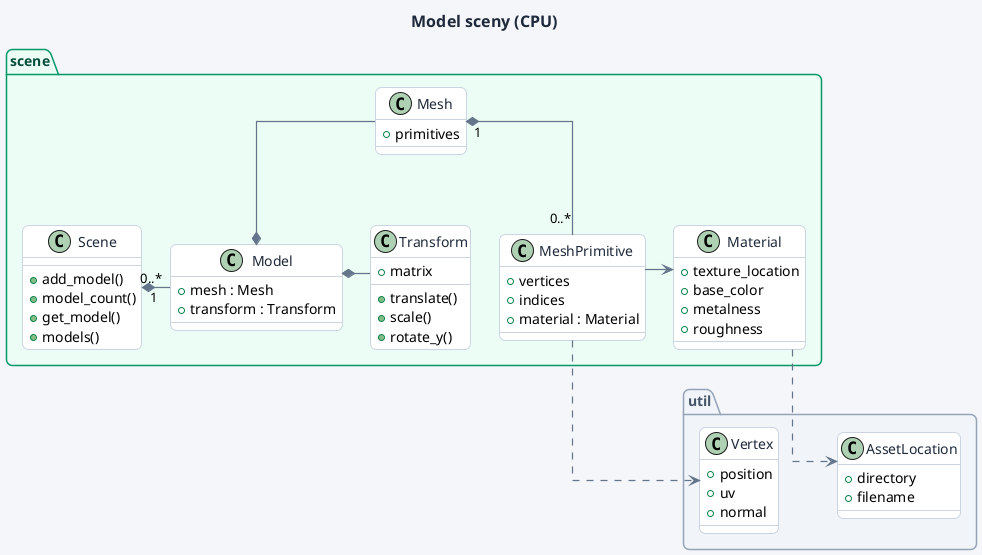
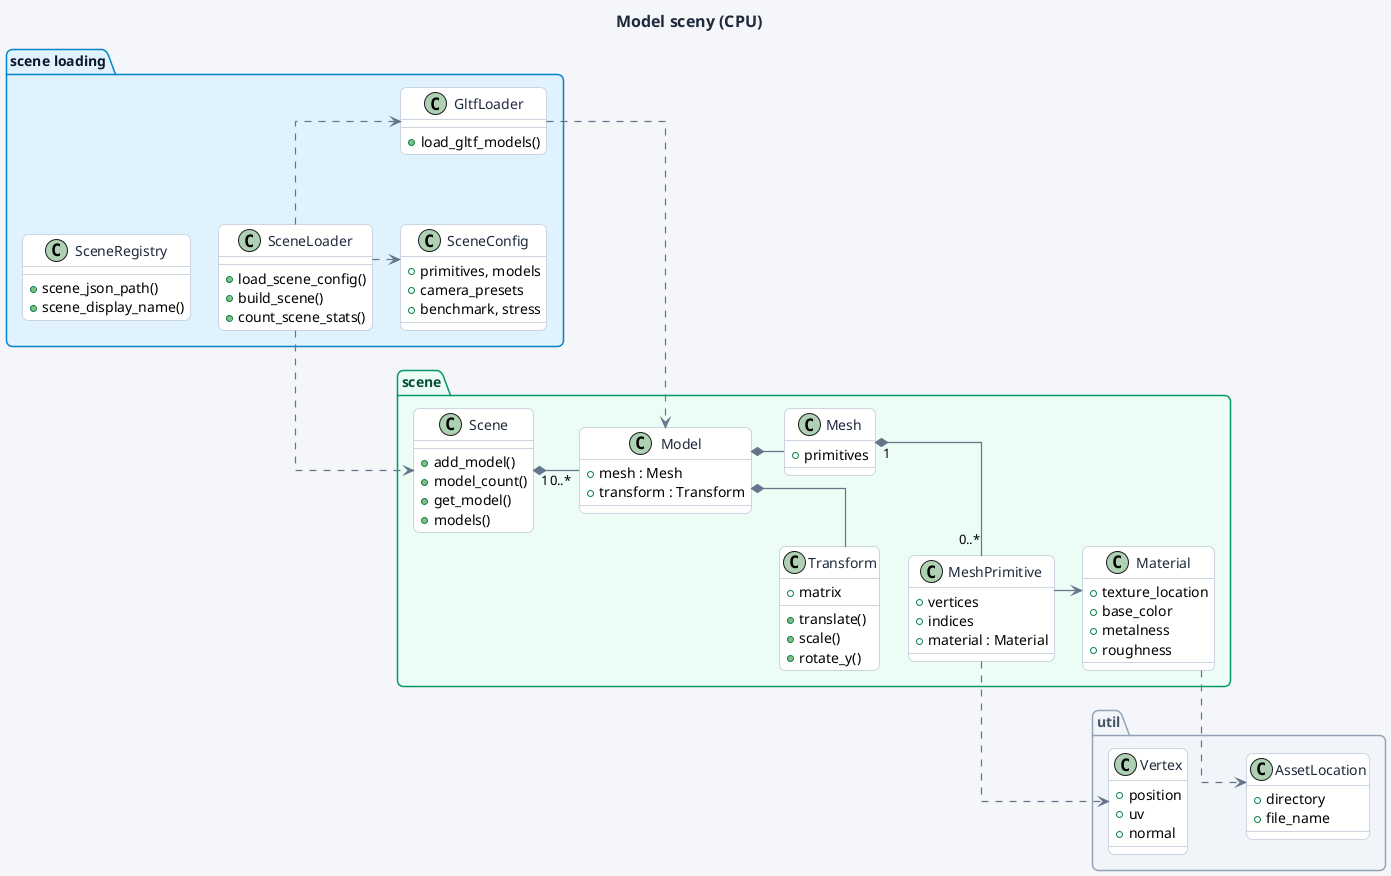
@startuml 03_scene_cpu
' Generate: plantuml -tsvg -tpng -o architecture/out architecture/diagrams/03_scene_cpu.puml

left to right direction
skinparam linetype ortho

skinparam shadowing false
skinparam roundcorner 12
skinparam handwritten false
skinparam backgroundColor #F4F6F9
skinparam ArrowColor #64748B
skinparam ArrowThickness 1.2
skinparam nodesep 70
skinparam ranksep 28

skinparam class {
  BackgroundColor #FFFFFF
  BorderColor #CBD5E1
  FontColor #1E293B
  BorderThickness 1
}

skinparam package {
  BackgroundColor #ECFDF5
  BorderColor #059669
  FontColor #064E3B
  FontStyle bold
  BorderThickness 1.5
}

skinparam title {
  FontColor #1E293B
  FontSize 16
  FontStyle bold
}

title Model sceny (CPU)
+ 
+ package "scene loading" #E0F2FE;line:0284C7;text:0F172A {
+ 
+   class SceneRegistry {
+     + scene_json_path()
+     + scene_display_name()
+   }
+ 
+   class SceneLoader {
+     + load_scene_config()
+     + build_scene()
+     + count_scene_stats()
+   }
+ 
+   class SceneConfig {
+     + primitives, models
+     + camera_presets
+     + benchmark, stress
+   }
+ 
+   class GltfLoader {
+     + load_gltf_models()
+   }
+ 
+   SceneRegistry -[hidden]down- SceneLoader
+   SceneLoader -[hidden]down- SceneConfig
+ }

package scene #ECFDF5;line:059669;text:064E3B {

  class Scene {
    + add_model()
    + model_count()
    + get_model()
    + models()
  }

  class Model {
    + mesh : Mesh
    + transform : Transform
  }

  class Transform {
    + matrix
    + translate()
    + scale()
    + rotate_y()
  }

  class Mesh {
    + primitives
  }

  class MeshPrimitive {
    + vertices
    + indices
    + material : Material
  }

  class Material {
    + texture_location
    + base_color
    + metalness
    + roughness
  }

  Model -[hidden]down- Transform
  MeshPrimitive -[hidden]down- Material
}

package util #F1F5F9;line:94A3B8;text:475569 {

  class Vertex {
    + position
    + uv
    + normal
  }

  class AssetLocation {
    + directory
-     + filename
+     + file_name
  }

  Vertex -[hidden]down- AssetLocation
}
+ 
+ SceneLoader ..> SceneConfig
+ SceneLoader ..> Scene
+ SceneLoader ..> GltfLoader
+ GltfLoader ..> Model

Scene "1" *-- "0..*" Model
Model *-- Mesh
Model *-- Transform
Mesh "1" *-- "0..*" MeshPrimitive
MeshPrimitive --> Material
MeshPrimitive ..> Vertex
Material ..> AssetLocation

@enduml
